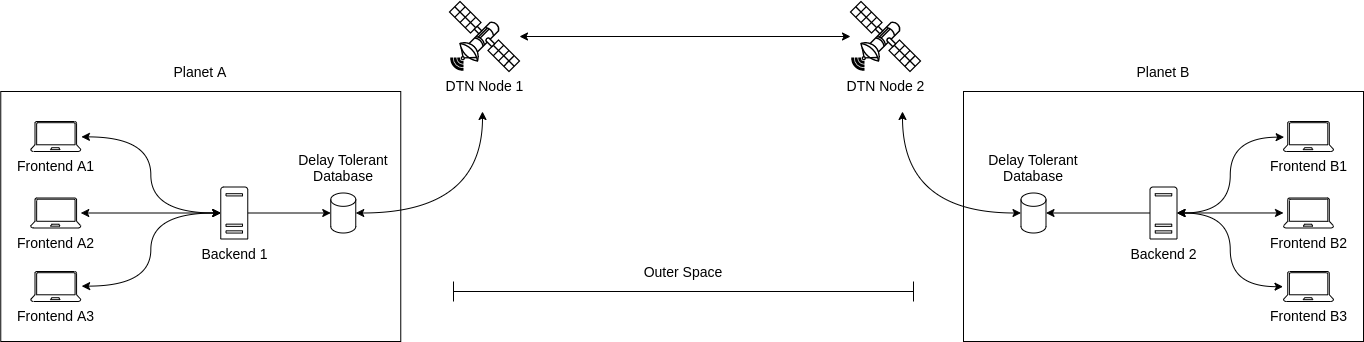
Above: assets/diagram.png in octaviotastico/delay-tolerant-mongoose (draw.io), before the change. Source tidied: cells renumbered, new cells last; positions are measured from the earlier drawing's top-left corner, leaving out a move shared by most shapes.
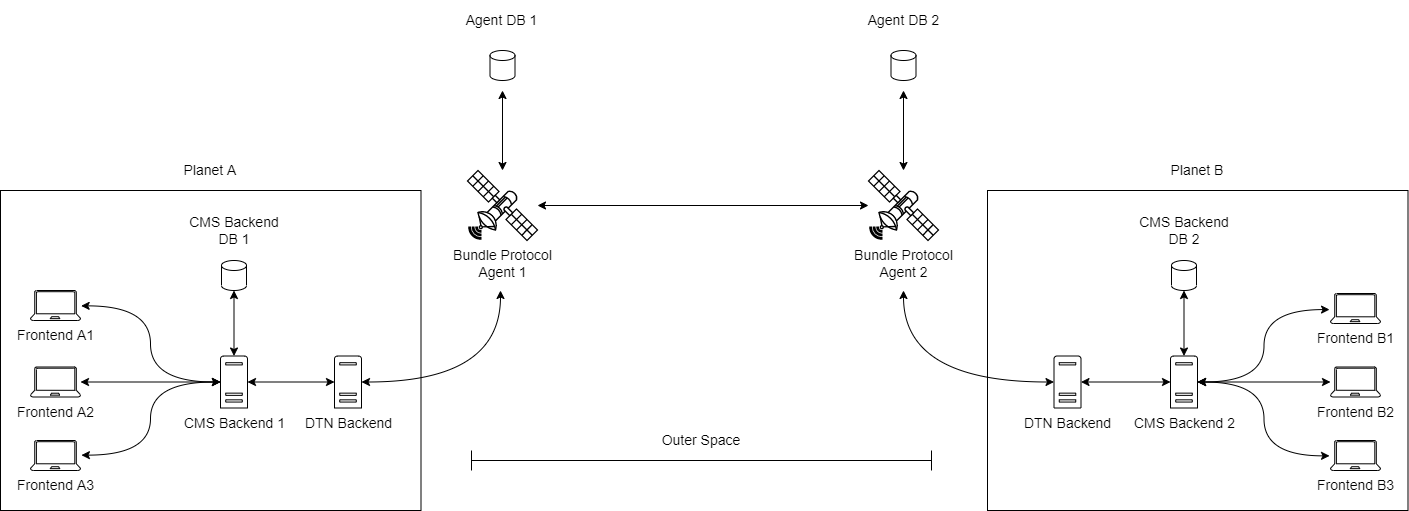
The same file after the commit.

The edit, as a diff of the source:
```diff
@@ -2,102 +2,138 @@
   <root>
     <mxCell id="0" />
     <mxCell id="1" parent="0" />
-    <mxCell id="2" style="rounded=0;whiteSpace=wrap;html=1;shadow=0;strokeWidth=1;fillColor=none;" parent="1" vertex="1">
-      <mxGeometry x="963" y="90" width="400" height="250" as="geometry" />
-    </mxCell>
-    <mxCell id="3" style="rounded=0;whiteSpace=wrap;html=1;shadow=0;strokeWidth=1;fillColor=none;" parent="1" vertex="1">
-      <mxGeometry x="0.3" y="90" width="400" height="250" as="geometry" />
-    </mxCell>
-    <mxCell id="4" style="edgeStyle=orthogonalEdgeStyle;curved=1;jettySize=auto;html=1;startArrow=classic;startFill=1;" parent="1" edge="1" source="5" target="6">
-      <mxGeometry relative="1" as="geometry" />
-    </mxCell>
-    <mxCell id="5" value="&lt;font style=&quot;font-size: 14px&quot;&gt;DTN Node 1&lt;/font&gt;" style="verticalAlign=top;verticalLabelPosition=bottom;labelPosition=center;align=center;html=1;outlineConnect=0;gradientDirection=north;strokeWidth=2;shape=mxgraph.networks.satellite;" parent="1" vertex="1">
-      <mxGeometry x="449" width="70" height="70" as="geometry" />
-    </mxCell>
-    <mxCell id="6" value="&lt;font style=&quot;font-size: 14px&quot;&gt;DTN Node 2&lt;/font&gt;" style="verticalAlign=top;verticalLabelPosition=bottom;labelPosition=center;align=center;html=1;outlineConnect=0;gradientDirection=north;strokeWidth=2;shape=mxgraph.networks.satellite;" parent="1" vertex="1">
-      <mxGeometry x="850" width="70" height="70" as="geometry" />
-    </mxCell>
-    <mxCell id="7" style="edgeStyle=orthogonalEdgeStyle;curved=1;jettySize=auto;html=1;entryX=1.013;entryY=0.512;entryDx=0;entryDy=0;entryPerimeter=0;startArrow=classic;startFill=1;" parent="1" edge="1" source="10" target="13">
-      <mxGeometry relative="1" as="geometry" />
-    </mxCell>
-    <mxCell id="8" style="edgeStyle=orthogonalEdgeStyle;curved=1;jettySize=auto;html=1;entryX=1.018;entryY=0.488;entryDx=0;entryDy=0;entryPerimeter=0;startArrow=classic;startFill=1;" parent="1" edge="1" source="10" target="14">
-      <mxGeometry relative="1" as="geometry" />
-    </mxCell>
-    <mxCell id="9" style="edgeStyle=orthogonalEdgeStyle;rounded=0;jettySize=auto;html=1;entryX=0;entryY=0.5;entryDx=0;entryDy=0;entryPerimeter=0;" parent="1" edge="1" source="10" target="16">
-      <mxGeometry relative="1" as="geometry" />
-    </mxCell>
-    <mxCell id="10" value="&lt;font style=&quot;font-size: 14px&quot;&gt;Backend 1&lt;/font&gt;" style="shadow=0;dashed=0;html=1;labelPosition=center;verticalLabelPosition=bottom;verticalAlign=top;outlineConnect=0;align=center;shape=mxgraph.office.servers.physical_host;" parent="1" vertex="1">
-      <mxGeometry x="220.3" y="185.5" width="27" height="52" as="geometry" />
-    </mxCell>
-    <mxCell id="11" style="edgeStyle=orthogonalEdgeStyle;curved=1;jettySize=auto;html=1;startArrow=classic;startFill=1;" parent="1" edge="1" source="12" target="10">
-      <mxGeometry relative="1" as="geometry" />
-    </mxCell>
+    <mxCell id="33" style="rounded=0;whiteSpace=wrap;html=1;shadow=0;strokeWidth=1;fillColor=none;" parent="1" vertex="1">
+      <mxGeometry x="969" y="20" width="420.5" height="320" as="geometry" />
+    </mxCell>
+    <mxCell id="34" style="rounded=0;whiteSpace=wrap;html=1;shadow=0;strokeWidth=1;fillColor=none;" parent="1" vertex="1">
+      <mxGeometry x="-18" y="20" width="420.5" height="320" as="geometry" />
+    </mxCell>
+    <mxCell id="35" style="edgeStyle=orthogonalEdgeStyle;curved=1;jettySize=auto;html=1;startArrow=classic;startFill=1;" parent="1" edge="1" source="39" target="41">
+      <mxGeometry relative="1" as="geometry" />
+    </mxCell>
+    <mxCell id="36" style="strokeWidth=1;html=1;shape=mxgraph.flowchart.database;whiteSpace=wrap;shadow=0;" parent="1" vertex="1">
+      <mxGeometry x="471.5" y="-120" width="25" height="30" as="geometry" />
+    </mxCell>
+    <mxCell id="37" style="strokeWidth=1;html=1;shape=mxgraph.flowchart.database;whiteSpace=wrap;" parent="1" vertex="1">
+      <mxGeometry x="872.5" y="-120" width="25" height="30" as="geometry" />
+    </mxCell>
+    <mxCell id="38" style="edgeStyle=orthogonalEdgeStyle;curved=1;jettySize=auto;html=1;startArrow=classic;startFill=1;" parent="1" edge="1" source="39">
+      <mxGeometry relative="1" as="geometry">
+        <mxPoint x="484" y="-80" as="targetPoint" />
+      </mxGeometry>
+    </mxCell>
+    <mxCell id="39" value="&lt;font style=&quot;font-size: 14px&quot;&gt;Bundle Protocol&lt;br&gt;Agent 1&lt;/font&gt;" style="verticalAlign=top;verticalLabelPosition=bottom;labelPosition=center;align=center;html=1;outlineConnect=0;gradientDirection=north;strokeWidth=2;shape=mxgraph.networks.satellite;" parent="1" vertex="1">
+      <mxGeometry x="449" width="70" height="70" as="geometry" />
+    </mxCell>
+    <mxCell id="40" style="edgeStyle=orthogonalEdgeStyle;curved=1;jettySize=auto;html=1;startArrow=classic;startFill=1;" parent="1" edge="1" source="41">
+      <mxGeometry relative="1" as="geometry">
+        <mxPoint x="885" y="-80" as="targetPoint" />
+      </mxGeometry>
+    </mxCell>
+    <mxCell id="41" value="&lt;font style=&quot;font-size: 14px&quot;&gt;Bundle Protocol&lt;br&gt;Agent 2&lt;/font&gt;" style="verticalAlign=top;verticalLabelPosition=bottom;labelPosition=center;align=center;html=1;outlineConnect=0;gradientDirection=north;strokeWidth=2;shape=mxgraph.networks.satellite;" parent="1" vertex="1">
+      <mxGeometry x="850" width="70" height="70" as="geometry" />
+    </mxCell>
+    <mxCell id="42" style="edgeStyle=orthogonalEdgeStyle;jettySize=auto;html=1;curved=1;startArrow=classic;startFill=1;" parent="1" edge="1" source="63">
+      <mxGeometry x="614" y="450" as="geometry">
+        <mxPoint x="885" y="120" as="targetPoint" />
+      </mxGeometry>
+    </mxCell>
+    <mxCell id="43" style="edgeStyle=orthogonalEdgeStyle;curved=1;jettySize=auto;html=1;entryX=0.5;entryY=1;entryDx=0;entryDy=0;entryPerimeter=0;startArrow=classic;startFill=1;" parent="1" edge="1" source="47">
+      <mxGeometry relative="1" as="geometry">
+        <mxPoint x="215.5" y="120" as="targetPoint" />
+      </mxGeometry>
+    </mxCell>
+    <mxCell id="44" style="edgeStyle=orthogonalEdgeStyle;curved=1;jettySize=auto;html=1;entryX=1.013;entryY=0.512;entryDx=0;entryDy=0;entryPerimeter=0;startArrow=classic;startFill=1;" parent="1" edge="1" source="47" target="13">
+      <mxGeometry relative="1" as="geometry" />
+    </mxCell>
+    <mxCell id="45" style="edgeStyle=orthogonalEdgeStyle;curved=1;jettySize=auto;html=1;entryX=1.018;entryY=0.488;entryDx=0;entryDy=0;entryPerimeter=0;startArrow=classic;startFill=1;" parent="1" edge="1" source="47" target="14">
+      <mxGeometry relative="1" as="geometry" />
+    </mxCell>
+    <mxCell id="46" style="edgeStyle=orthogonalEdgeStyle;rounded=0;jettySize=auto;html=1;startArrow=classic;startFill=1;" parent="1" edge="1" source="47" target="61">
+      <mxGeometry relative="1" as="geometry" />
+    </mxCell>
+    <mxCell id="47" value="&lt;font style=&quot;font-size: 14px&quot;&gt;CMS Backend 1&lt;/font&gt;" style="shadow=0;dashed=0;html=1;labelPosition=center;verticalLabelPosition=bottom;verticalAlign=top;outlineConnect=0;align=center;shape=mxgraph.office.servers.physical_host;" parent="1" vertex="1">
+      <mxGeometry x="202" y="185.5" width="27" height="52" as="geometry" />
+    </mxCell>
+    <mxCell id="48" style="edgeStyle=orthogonalEdgeStyle;curved=1;jettySize=auto;html=1;startArrow=classic;startFill=1;" parent="1" edge="1" source="12" target="47">
+      <mxGeometry relative="1" as="geometry" />
+    </mxCell>
     <mxCell id="12" value="&lt;font style=&quot;font-size: 14px&quot;&gt;Frontend A2&lt;/font&gt;" style="verticalLabelPosition=bottom;html=1;verticalAlign=top;align=center;shape=mxgraph.azure.laptop;shadow=0;" parent="1" vertex="1">
-      <mxGeometry x="30.3" y="196.5" width="50" height="30" as="geometry" />
+      <mxGeometry x="12" y="196.5" width="50" height="30" as="geometry" />
     </mxCell>
+    <mxCell id="49" style="edgeStyle=orthogonalEdgeStyle;curved=1;jettySize=auto;html=1;entryX=0.5;entryY=1;entryDx=0;entryDy=0;entryPerimeter=0;startArrow=classic;startFill=1;" parent="1" edge="1" source="52" target="54">
+      <mxGeometry relative="1" as="geometry" />
+    </mxCell>
+    <mxCell id="50" style="edgeStyle=orthogonalEdgeStyle;curved=1;jettySize=auto;html=1;entryX=-0.019;entryY=0.536;entryDx=0;entryDy=0;entryPerimeter=0;startArrow=classic;startFill=1;" parent="1" edge="1" source="52" target="27">
+      <mxGeometry relative="1" as="geometry" />
+    </mxCell>
+    <mxCell id="51" style="edgeStyle=orthogonalEdgeStyle;curved=1;jettySize=auto;html=1;entryX=-0.019;entryY=0.512;entryDx=0;entryDy=0;entryPerimeter=0;startArrow=classic;startFill=1;" parent="1" edge="1" source="52" target="28">
+      <mxGeometry relative="1" as="geometry" />
+    </mxCell>
+    <mxCell id="52" value="&lt;font style=&quot;font-size: 14px&quot;&gt;CMS Backend 2&lt;/font&gt;" style="shadow=0;dashed=0;html=1;labelPosition=center;verticalLabelPosition=bottom;verticalAlign=top;outlineConnect=0;align=center;shape=mxgraph.office.servers.physical_host;" parent="1" vertex="1">
+      <mxGeometry x="1152" y="185.5" width="27" height="52" as="geometry" />
+    </mxCell>
+    <mxCell id="53" style="edgeStyle=orthogonalEdgeStyle;curved=1;jettySize=auto;html=1;startArrow=classic;startFill=1;" parent="1" edge="1" source="26" target="52">
+      <mxGeometry relative="1" as="geometry" />
+    </mxCell>
+    <mxCell id="26" value="&lt;font style=&quot;font-size: 14px&quot;&gt;Frontend B2&lt;/font&gt;" style="verticalLabelPosition=bottom;html=1;verticalAlign=top;align=center;shape=mxgraph.azure.laptop;shadow=0;" parent="1" vertex="1">
+      <mxGeometry x="1312" y="196.5" width="50" height="30" as="geometry" />
+    </mxCell>
+    <mxCell id="54" style="strokeWidth=1;html=1;shape=mxgraph.flowchart.database;whiteSpace=wrap;shadow=0;" parent="1" vertex="1">
+      <mxGeometry x="1153" y="90" width="25" height="30" as="geometry" />
+    </mxCell>
     <mxCell id="13" value="&lt;font style=&quot;font-size: 14px&quot;&gt;Frontend A1&lt;/font&gt;" style="verticalLabelPosition=bottom;html=1;verticalAlign=top;align=center;shape=mxgraph.azure.laptop;shadow=0;" parent="1" vertex="1">
-      <mxGeometry x="30.3" y="120" width="50" height="30" as="geometry" />
+      <mxGeometry x="12" y="120" width="50" height="30" as="geometry" />
     </mxCell>
     <mxCell id="14" value="&lt;font style=&quot;font-size: 14px&quot;&gt;Frontend A3&lt;/font&gt;" style="verticalLabelPosition=bottom;html=1;verticalAlign=top;align=center;shape=mxgraph.azure.laptop;shadow=0;" parent="1" vertex="1">
-      <mxGeometry x="30.3" y="270" width="50" height="30" as="geometry" />
+      <mxGeometry x="12" y="270" width="50" height="30" as="geometry" />
     </mxCell>
-    <mxCell id="15" style="edgeStyle=orthogonalEdgeStyle;jettySize=auto;html=1;curved=1;startArrow=classic;startFill=1;" parent="1" edge="1" source="16">
-      <mxGeometry relative="1" as="geometry">
-        <mxPoint x="482" y="110" as="targetPoint" />
-      </mxGeometry>
-    </mxCell>
-    <mxCell id="16" style="strokeWidth=1;html=1;shape=mxgraph.flowchart.database;whiteSpace=wrap;shadow=0;" parent="1" vertex="1">
-      <mxGeometry x="330.3" y="191.5" width="25" height="40" as="geometry" />
-    </mxCell>
-    <mxCell id="17" value="&lt;font style=&quot;font-size: 14px&quot;&gt;Delay Tolerant Database&lt;br&gt;&lt;/font&gt;" style="text;html=1;strokeColor=none;fillColor=none;align=center;verticalAlign=middle;whiteSpace=wrap;rounded=0;shadow=0;" parent="1" vertex="1">
-      <mxGeometry x="292.8" y="145.5" width="100" height="40" as="geometry" />
-    </mxCell>
+    <mxCell id="27" value="&lt;font style=&quot;font-size: 14px&quot;&gt;Frontend B1&lt;/font&gt;" style="verticalLabelPosition=bottom;html=1;verticalAlign=top;align=center;shape=mxgraph.azure.laptop;shadow=0;" parent="1" vertex="1">
+      <mxGeometry x="1312" y="123" width="50" height="30" as="geometry" />
+    </mxCell>
+    <mxCell id="28" value="&lt;font style=&quot;font-size: 14px&quot;&gt;Frontend B3&lt;/font&gt;" style="verticalLabelPosition=bottom;html=1;verticalAlign=top;align=center;shape=mxgraph.azure.laptop;shadow=0;" parent="1" vertex="1">
+      <mxGeometry x="1312" y="270" width="50" height="30" as="geometry" />
+    </mxCell>
+    <mxCell id="55" value="&lt;font style=&quot;font-size: 14px&quot;&gt;CMS Backend&lt;br&gt;DB 2&lt;br&gt;&lt;/font&gt;" style="text;html=1;strokeColor=none;fillColor=none;align=center;verticalAlign=middle;whiteSpace=wrap;rounded=0;shadow=0;" parent="1" vertex="1">
+      <mxGeometry x="1115.5" y="40" width="100" height="40" as="geometry" />
+    </mxCell>
+    <mxCell id="56" value="&lt;font style=&quot;font-size: 14px&quot;&gt;Agent DB 1&lt;br&gt;&lt;/font&gt;" style="text;html=1;strokeColor=none;fillColor=none;align=center;verticalAlign=middle;whiteSpace=wrap;rounded=0;shadow=0;" parent="1" vertex="1">
+      <mxGeometry x="445" y="-170" width="77" height="40" as="geometry" />
+    </mxCell>
+    <mxCell id="57" value="&lt;font style=&quot;font-size: 14px&quot;&gt;Agent DB 2&lt;br&gt;&lt;/font&gt;" style="text;html=1;strokeColor=none;fillColor=none;align=center;verticalAlign=middle;whiteSpace=wrap;rounded=0;shadow=0;" parent="1" vertex="1">
+      <mxGeometry x="843.6" y="-170" width="82.8" height="40" as="geometry" />
+    </mxCell>
+    <mxCell id="58" style="strokeWidth=1;html=1;shape=mxgraph.flowchart.database;whiteSpace=wrap;shadow=0;" parent="1" vertex="1">
+      <mxGeometry x="203" y="90" width="25" height="30" as="geometry" />
+    </mxCell>
+    <mxCell id="59" value="&lt;font style=&quot;font-size: 14px&quot;&gt;CMS Backend&lt;br&gt;DB 1&lt;br&gt;&lt;/font&gt;" style="text;html=1;strokeColor=none;fillColor=none;align=center;verticalAlign=middle;whiteSpace=wrap;rounded=0;shadow=0;" parent="1" vertex="1">
+      <mxGeometry x="165.5" y="40" width="100" height="40" as="geometry" />
+    </mxCell>
     <mxCell id="18" value="&lt;font style=&quot;font-size: 14px&quot;&gt;Planet A&lt;/font&gt;" style="text;html=1;strokeColor=none;fillColor=none;align=center;verticalAlign=middle;whiteSpace=wrap;rounded=0;shadow=0;" parent="1" vertex="1">
-      <mxGeometry x="171.1" y="60" width="58.2" height="20" as="geometry" />
+      <mxGeometry x="163.1" y="-10" width="58.2" height="20" as="geometry" />
     </mxCell>
+    <mxCell id="32" value="&lt;font style=&quot;font-size: 14px&quot;&gt;Planet B&lt;/font&gt;" style="text;html=1;strokeColor=none;fillColor=none;align=center;verticalAlign=middle;whiteSpace=wrap;rounded=0;shadow=0;" parent="1" vertex="1">
+      <mxGeometry x="1150.1" y="-10" width="58.2" height="20" as="geometry" />
+    </mxCell>
     <mxCell id="19" style="shape=crossbar;whiteSpace=wrap;html=1;rounded=1;shadow=0;strokeWidth=1;fillColor=none;" parent="1" vertex="1">
       <mxGeometry x="453" y="280" width="460" height="20" as="geometry" />
     </mxCell>
     <mxCell id="20" value="&lt;span style=&quot;font-size: 14px&quot;&gt;Outer Space&lt;/span&gt;" style="text;html=1;strokeColor=none;fillColor=none;align=center;verticalAlign=middle;whiteSpace=wrap;rounded=0;shadow=0;" parent="1" vertex="1">
       <mxGeometry x="640" y="260" width="86" height="20" as="geometry" />
     </mxCell>
-    <mxCell id="21" style="edgeStyle=orthogonalEdgeStyle;curved=1;jettySize=auto;html=1;entryX=1;entryY=0.5;entryDx=0;entryDy=0;entryPerimeter=0;" parent="1" edge="1" source="25" target="30">
-      <mxGeometry relative="1" as="geometry" />
-    </mxCell>
-    <mxCell id="22" style="edgeStyle=orthogonalEdgeStyle;curved=1;jettySize=auto;html=1;entryX=0.013;entryY=0.522;entryDx=0;entryDy=0;entryPerimeter=0;startArrow=classic;startFill=1;" parent="1" edge="1" source="25" target="27">
-      <mxGeometry relative="1" as="geometry" />
-    </mxCell>
-    <mxCell id="23" style="edgeStyle=orthogonalEdgeStyle;curved=1;jettySize=auto;html=1;entryX=0;entryY=0.499;entryDx=0;entryDy=0;entryPerimeter=0;startArrow=classic;startFill=1;" parent="1" edge="1" source="25" target="26">
-      <mxGeometry relative="1" as="geometry" />
-    </mxCell>
-    <mxCell id="24" style="edgeStyle=orthogonalEdgeStyle;curved=1;jettySize=auto;html=1;entryX=-0.01;entryY=0.506;entryDx=0;entryDy=0;entryPerimeter=0;startArrow=classic;startFill=1;" parent="1" edge="1" source="25" target="28">
-      <mxGeometry relative="1" as="geometry" />
-    </mxCell>
-    <mxCell id="25" value="&lt;font style=&quot;font-size: 14px&quot;&gt;Backend 2&lt;/font&gt;" style="shadow=0;dashed=0;html=1;labelPosition=center;verticalLabelPosition=bottom;verticalAlign=top;outlineConnect=0;align=center;shape=mxgraph.office.servers.physical_host;" parent="1" vertex="1">
-      <mxGeometry x="1149.5" y="185.5" width="27" height="52" as="geometry" />
-    </mxCell>
-    <mxCell id="26" value="&lt;font style=&quot;font-size: 14px&quot;&gt;Frontend B2&lt;/font&gt;" style="verticalLabelPosition=bottom;html=1;verticalAlign=top;align=center;shape=mxgraph.azure.laptop;shadow=0;" parent="1" vertex="1">
-      <mxGeometry x="1283" y="196.5" width="50" height="30" as="geometry" />
-    </mxCell>
-    <mxCell id="27" value="&lt;font style=&quot;font-size: 14px&quot;&gt;Frontend B1&lt;/font&gt;" style="verticalLabelPosition=bottom;html=1;verticalAlign=top;align=center;shape=mxgraph.azure.laptop;shadow=0;" parent="1" vertex="1">
-      <mxGeometry x="1283" y="120" width="50" height="30" as="geometry" />
-    </mxCell>
-    <mxCell id="28" value="&lt;font style=&quot;font-size: 14px&quot;&gt;Frontend B3&lt;/font&gt;" style="verticalLabelPosition=bottom;html=1;verticalAlign=top;align=center;shape=mxgraph.azure.laptop;shadow=0;" parent="1" vertex="1">
-      <mxGeometry x="1283" y="270" width="50" height="30" as="geometry" />
-    </mxCell>
-    <mxCell id="29" style="edgeStyle=orthogonalEdgeStyle;curved=1;jettySize=auto;html=1;startArrow=classic;startFill=1;" parent="1" edge="1" source="30">
-      <mxGeometry relative="1" as="geometry">
-        <mxPoint x="902" y="110" as="targetPoint" />
-      </mxGeometry>
-    </mxCell>
-    <mxCell id="30" style="strokeWidth=1;html=1;shape=mxgraph.flowchart.database;whiteSpace=wrap;shadow=0;" parent="1" vertex="1">
-      <mxGeometry x="1020.5" y="191.5" width="25" height="40" as="geometry" />
-    </mxCell>
-    <mxCell id="31" value="&lt;font style=&quot;font-size: 14px&quot;&gt;Delay Tolerant Database&lt;br&gt;&lt;/font&gt;" style="text;html=1;strokeColor=none;fillColor=none;align=center;verticalAlign=middle;whiteSpace=wrap;rounded=0;shadow=0;" parent="1" vertex="1">
-      <mxGeometry x="983" y="145.5" width="100" height="40" as="geometry" />
-    </mxCell>
-    <mxCell id="32" value="&lt;font style=&quot;font-size: 14px&quot;&gt;Planet B&lt;/font&gt;" style="text;html=1;strokeColor=none;fillColor=none;align=center;verticalAlign=middle;whiteSpace=wrap;rounded=0;shadow=0;" parent="1" vertex="1">
-      <mxGeometry x="1133.9" y="60" width="58.2" height="20" as="geometry" />
-    </mxCell>
+    <mxCell id="60" style="edgeStyle=orthogonalEdgeStyle;jettySize=auto;html=1;startArrow=classic;startFill=1;curved=1;" parent="1" edge="1" source="61">
+      <mxGeometry relative="1" as="geometry">
+        <mxPoint x="482" y="120" as="targetPoint" />
+      </mxGeometry>
+    </mxCell>
+    <mxCell id="61" value="&lt;font style=&quot;font-size: 14px&quot;&gt;DTN Backend&lt;/font&gt;" style="shadow=0;dashed=0;html=1;labelPosition=center;verticalLabelPosition=bottom;verticalAlign=top;outlineConnect=0;align=center;shape=mxgraph.office.servers.physical_host;" parent="1" vertex="1">
+      <mxGeometry x="316" y="185.5" width="27" height="52" as="geometry" />
+    </mxCell>
+    <mxCell id="62" style="edgeStyle=orthogonalEdgeStyle;curved=1;jettySize=auto;html=1;startArrow=classic;startFill=1;" parent="1" edge="1" source="63" target="52">
+      <mxGeometry relative="1" as="geometry" />
+    </mxCell>
+    <mxCell id="63" value="&lt;font style=&quot;font-size: 14px&quot;&gt;DTN Backend&lt;/font&gt;" style="shadow=0;dashed=0;html=1;labelPosition=center;verticalLabelPosition=bottom;verticalAlign=top;outlineConnect=0;align=center;shape=mxgraph.office.servers.physical_host;" parent="1" vertex="1">
+      <mxGeometry x="1035.5" y="185.5" width="27" height="52" as="geometry" />
+    </mxCell>
   </root>
 </mxGraphModel>
```
